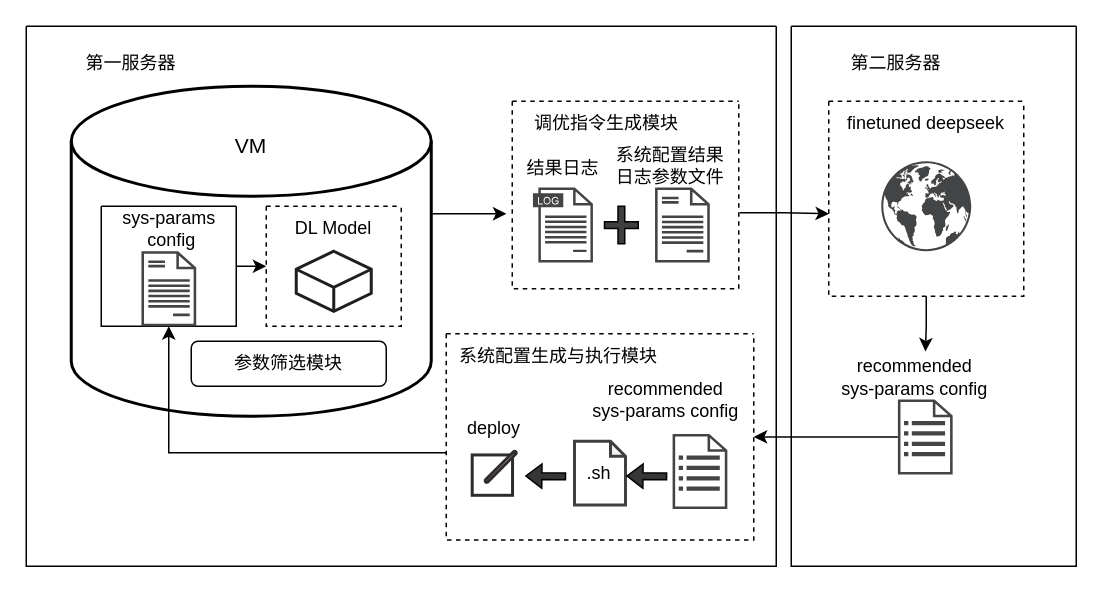
Earlier version of the draw.io diagram page "第 2 页" (2 of 7) of Agent-1.drawio (Dong-J93/_pictures). Source tidied: cells renumbered, new cells numbered last; positions are measured from the earlier drawing's top-left corner, leaving out a move shared by most shapes. Both pictures are drawn from the tidied source at 150%, with x=0, y=0 at pixel (26, 26).
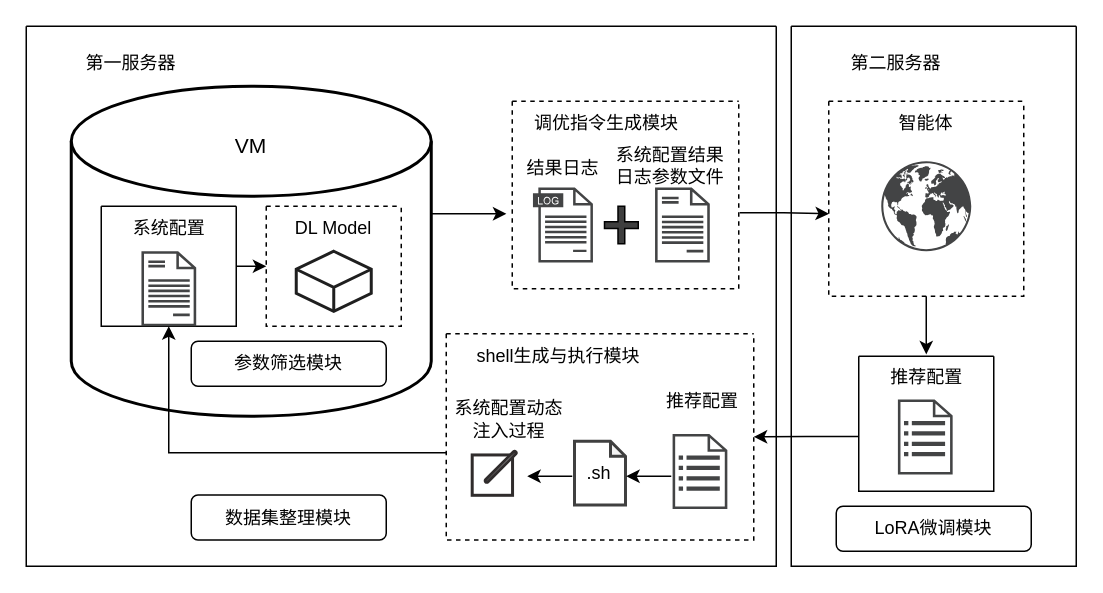
After the change.

Unchanged cells that the change refers to:
```xml
<mxCell id="5" style="swimlane;startSize=0;" parent="1" vertex="1">
  <mxGeometry x="50" y="120" width="90" height="80" as="geometry" />
</mxCell>
<mxCell id="12" style="swimlane;startSize=0;dashed=1;" parent="1" vertex="1">
  <mxGeometry x="535" y="50" width="130" height="130" as="geometry" />
</mxCell>
<mxCell id="23" style="sketch=0;shadow=0;dashed=0;html=1;strokeColor=none;fillColor=#434445;labelPosition=center;verticalLabelPosition=bottom;verticalAlign=top;align=center;outlineConnect=0;shape=mxgraph.vvd.recovery_plan;" parent="1" vertex="1">
  <mxGeometry x="581.1" y="248.8" width="36.5" height="50" as="geometry" />
</mxCell>
<mxCell id="26" style="swimlane;startSize=0;" parent="1" vertex="1">
  <mxGeometry width="500" height="360" as="geometry" />
</mxCell>
<mxCell id="30" style="swimlane;startSize=0;dashed=1;" parent="26" vertex="1">
  <mxGeometry x="280" y="205" width="205" height="137.5" as="geometry" />
</mxCell>
<mxCell id="41" style="swimlane;startSize=0;" parent="1" vertex="1">
  <mxGeometry x="510" width="190" height="360" as="geometry" />
</mxCell>
```

Change to the diagram source:
```diff
@@
-    <mxCell id="6" value="sys-&lt;span style=&quot;background-color: transparent; color: light-dark(rgb(0, 0, 0), rgb(255, 255, 255));&quot;&gt;params&lt;/span&gt;&lt;div&gt;&lt;div&gt;&amp;nbsp;config&lt;/div&gt;&lt;/div&gt;" style="text;html=1;align=center;verticalAlign=middle;whiteSpace=wrap;rounded=0;" parent="5" vertex="1">
+    <mxCell id="6" value="系统配置" style="text;html=1;align=center;verticalAlign=middle;whiteSpace=wrap;rounded=0;" parent="5" vertex="1">
       <mxGeometry x="7.5" width="75" height="30" as="geometry" />
     </mxCell>
@@
-    <mxCell id="11" style="edgeStyle=orthogonalEdgeStyle;rounded=0;jettySize=auto;html=1;entryX=0.557;entryY=-0.067;entryDx=0;entryDy=0;entryPerimeter=0;" parent="1" edge="1" source="12" target="24">
+    <mxCell id="11" style="edgeStyle=orthogonalEdgeStyle;rounded=0;jettySize=auto;html=1;entryX=0.5;entryY=0;entryDx=0;entryDy=0;" parent="1" edge="1" source="12" target="24">
       <mxGeometry relative="1" as="geometry" />
     </mxCell>
@@
-    <mxCell id="13" value="finetuned deepseek" style="text;html=1;align=center;verticalAlign=middle;whiteSpace=wrap;rounded=0;" parent="12" vertex="1">
+    <mxCell id="13" value="智能体" style="text;html=1;align=center;verticalAlign=middle;whiteSpace=wrap;rounded=0;" parent="12" vertex="1">
       <mxGeometry x="10" width="110" height="30" as="geometry" />
     </mxCell>
@@
-    <mxCell id="22" style="edgeStyle=orthogonalEdgeStyle;rounded=0;jettySize=auto;html=1;entryX=1;entryY=0.5;entryDx=0;entryDy=0;" parent="1" edge="1" source="23" target="30">
+    <mxCell id="22" style="edgeStyle=orthogonalEdgeStyle;rounded=0;jettySize=auto;html=1;entryX=1;entryY=0.5;entryDx=0;entryDy=0;exitX=0.001;exitY=0.594;exitDx=0;exitDy=0;exitPerimeter=0;" parent="1" edge="1" source="47" target="30">
       <mxGeometry relative="1" as="geometry" />
     </mxCell>
@@
-    <mxCell id="24" value="recommended&lt;div&gt;sys-params config&lt;/div&gt;" style="text;html=1;align=center;verticalAlign=middle;whiteSpace=wrap;rounded=0;" parent="1" vertex="1">
-      <mxGeometry x="534.4" y="218.8" width="116.8" height="30" as="geometry" />
-    </mxCell>
@@
-    <mxCell id="29" value="recommended&lt;div&gt;sys-params config&lt;/div&gt;" style="text;html=1;align=center;verticalAlign=middle;whiteSpace=wrap;rounded=0;" parent="26" vertex="1">
-      <mxGeometry x="368.2" y="234.2" width="116.8" height="30" as="geometry" />
-    </mxCell>
@@
-    <mxCell id="31" value="系统配置生成与执行模块" style="text;html=1;align=center;verticalAlign=middle;whiteSpace=wrap;rounded=0;" parent="30" vertex="1">
+    <mxCell id="31" value="shell生成与执行模块" style="text;html=1;align=center;verticalAlign=middle;whiteSpace=wrap;rounded=0;" parent="30" vertex="1">
       <mxGeometry width="150" height="30" as="geometry" />
     </mxCell>
@@
-    <mxCell id="33" style="shape=flexArrow;endArrow=classic;html=1;rounded=0;endWidth=10.806451612903226;endSize=3.2173076923076924;width=4.423076923076923;fillColor=#363636;" parent="30" edge="1">
-      <mxGeometry relative="1" as="geometry">
-        <mxPoint x="147.4" y="95.1" as="sourcePoint" />
-        <mxPoint x="120" y="94.8" as="targetPoint" />
-      </mxGeometry>
-    </mxCell>
@@
-    <mxCell id="35" value="deploy" style="text;html=1;align=center;verticalAlign=middle;whiteSpace=wrap;rounded=0;" parent="30" vertex="1">
-      <mxGeometry x="-10" y="48.3" width="84" height="30" as="geometry" />
+    <mxCell id="35" value="&lt;font style=&quot;font-size: 12px;&quot;&gt;系统配置动态注入过程&lt;/font&gt;" style="text;html=1;align=center;verticalAlign=middle;whiteSpace=wrap;rounded=0;" parent="30" vertex="1">
+      <mxGeometry y="41.7" width="84" height="30" as="geometry" />
     </mxCell>
-    <mxCell id="36" style="shape=flexArrow;endArrow=classic;html=1;rounded=0;endWidth=10.806451612903226;endSize=3.2173076923076924;width=4.423076923076923;fillColor=#363636;" parent="30" edge="1">
-      <mxGeometry relative="1" as="geometry">
-        <mxPoint x="80" y="95.1" as="sourcePoint" />
-        <mxPoint x="52.6" y="94.8" as="targetPoint" />
-      </mxGeometry>
-    </mxCell>
@@
+    <mxCell id="29" value="推荐配置" style="text;html=1;align=center;verticalAlign=middle;whiteSpace=wrap;rounded=0;" parent="30" vertex="1">
+      <mxGeometry x="140" y="30" width="61.8" height="30" as="geometry" />
+    </mxCell>
+    <mxCell id="43" style="edgeStyle=orthogonalEdgeStyle;rounded=0;orthogonalLoop=1;jettySize=auto;html=1;" parent="30" edge="1">
+      <mxGeometry relative="1" as="geometry">
+        <mxPoint x="150" y="95" as="sourcePoint" />
+        <mxPoint x="120" y="95" as="targetPoint" />
+        <Array as="points">
+          <mxPoint x="140" y="95" />
+          <mxPoint x="140" y="95" />
+        </Array>
+      </mxGeometry>
+    </mxCell>
+    <mxCell id="44" style="edgeStyle=orthogonalEdgeStyle;rounded=0;orthogonalLoop=1;jettySize=auto;html=1;" parent="30" edge="1">
+      <mxGeometry relative="1" as="geometry">
+        <mxPoint x="84" y="95" as="sourcePoint" />
+        <mxPoint x="54" y="95" as="targetPoint" />
+        <Array as="points">
+          <mxPoint x="84" y="95" />
+          <mxPoint x="54" y="95" />
+        </Array>
+      </mxGeometry>
+    </mxCell>
@@
+    <mxCell id="45" value="数据集整理模块" style="rounded=1;whiteSpace=wrap;html=1;" parent="26" vertex="1">
+      <mxGeometry x="110" y="312.5" width="130" height="30" as="geometry" />
+    </mxCell>
@@
+    <mxCell id="24" value="推荐配置" style="text;html=1;align=center;verticalAlign=middle;whiteSpace=wrap;rounded=0;" parent="41" vertex="1">
+      <mxGeometry x="31.6" y="218.8" width="116.8" height="30" as="geometry" />
+    </mxCell>
+    <mxCell id="46" value="LoRA微调模块" style="rounded=1;whiteSpace=wrap;html=1;" parent="41" vertex="1">
+      <mxGeometry x="30" y="320" width="130" height="30" as="geometry" />
+    </mxCell>
+    <mxCell id="47" style="swimlane;startSize=0;" parent="41" vertex="1">
+      <mxGeometry x="45" y="220" width="90" height="90" as="geometry" />
+    </mxCell>
```
